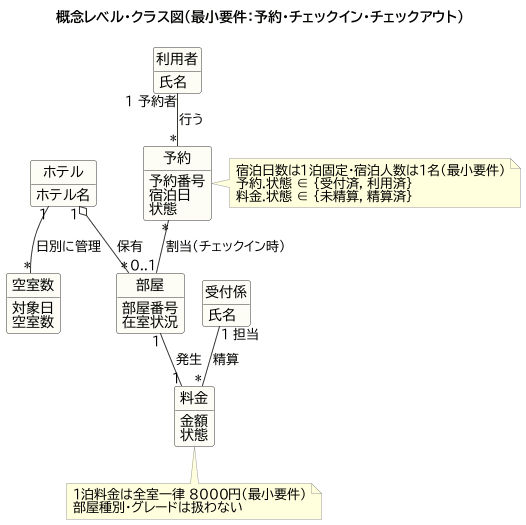
Above: diagrams/01-1_概念クラス図.png in Igakg/software-engineering-hotel-v2 (PlantUML), before the change.
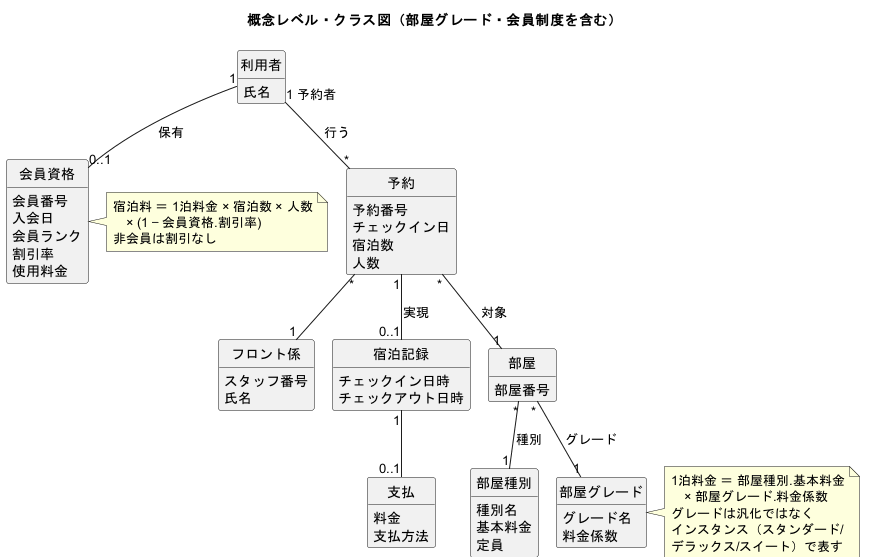
The same file after the commit.

What changed in the source:
```diff
@@ -1,52 +1,73 @@
 @startuml
 !pragma layout smetana
-!include _style.iuml
-title 概念レベル・クラス図（最小要件：予約・チェックイン・チェックアウト）
+title 概念レベル・クラス図（部屋グレード・会員制度を含む）
 hide empty members
 hide circle
 
-class ホテル {
-  ホテル名
-}
 class 利用者 {
   氏名
 }
-class 受付係 {
-  氏名
+class 会員資格 {
+  会員番号
+  入会日
+  会員ランク
+  割引率
+  使用料金
 }
 class 予約 {
   予約番号
-  宿泊日
-  状態
+  チェックイン日
+  宿泊数
+  人数
+}
+class フロント係{
+  スタッフ番号
+  氏名
+}
+class 宿泊記録 {
+  チェックイン日時
+  チェックアウト日時
+}
+class 支払{
+  料金
+  支払方法
 }
 class 部屋 {
   部屋番号
-  在室状況
 }
-class 空室数 {
-  対象日
-  空室数
+class 部屋種別 {
+  種別名
+  基本料金
+  定員
 }
-class 料金 {
-  金額
-  状態
+class 部屋グレード {
+  グレード名
+  料金係数
 }
 
-ホテル "1" o-- "*" 部屋 : 保有
-ホテル "1" -- "*" 空室数 : 日別に管理
+部屋 "*" -- "1" 部屋種別 : 種別
+部屋 "*" -- "1" 部屋グレード : グレード
 利用者 "1 予約者" -- "*" 予約 : 行う
-予約 "*" -- "0..1" 部屋 : 割当（チェックイン時）
-部屋 "1" -- "1" 料金 : 発生
-受付係 "1 担当" -- "*" 料金 : 精算
+予約 "*" -- "1" 部屋 : 対象
+予約 "1" -- "0..1" 宿泊記録 : 実現
+予約 "*" -- "1" フロント係
+宿泊記録 "1" -- "0..1" 支払
+利用者 "1" -- "0..1" 会員資格 : 保有
 
-note bottom of 料金
-  1泊料金は全室一律 8000円（最小要件）
-  部屋種別・グレードは扱わない
+
+
+note right of 部屋グレード
+  1泊料金 ＝ 部屋種別.基本料金
+  　× 部屋グレード.料金係数
+  グレードは汎化ではなく
+  インスタンス（スタンダード/
+  デラックス/スイート）で表す
 end note
 
-note right of 予約
-  宿泊日数は1泊固定・宿泊人数は1名（最小要件）
-  予約.状態 ∈ {受付済, 利用済}
-  料金.状態 ∈ {未精算, 精算済}
+note right of 会員資格
+  宿泊料 ＝ 1泊料金 × 宿泊数 × 人数
+  　× (1 − 会員資格.割引率)
+  非会員は割引なし
 end note
+
 @enduml
```
